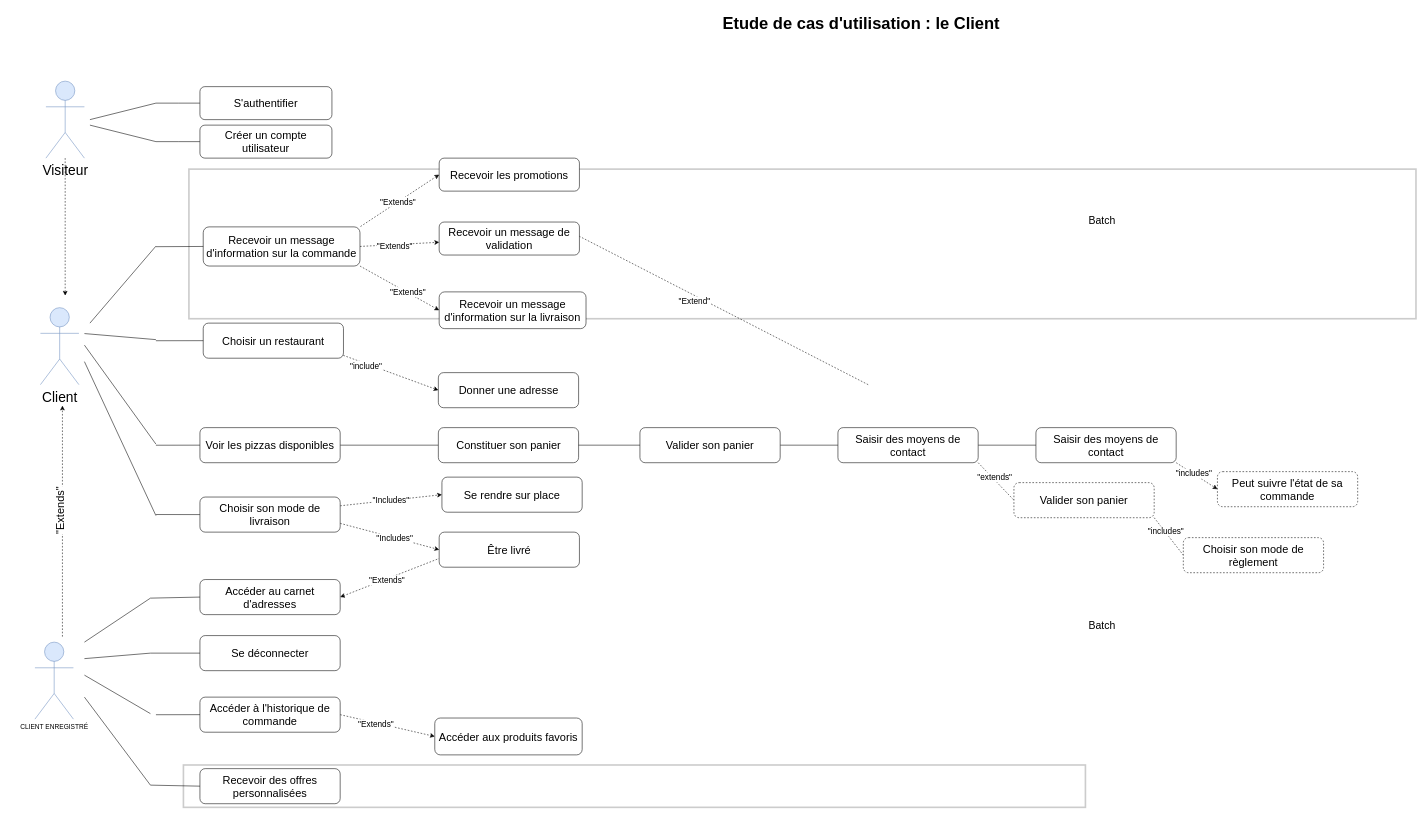
Earlier version of the draw.io diagram 1.drawio (OMorlotti/P4-analyser-les-besoin-de-mon-client-pour-son-groupe-de-pizzerias). Source tidied: cells renumbered, new cells numbered last; positions are measured from the earlier drawing's top-left corner, leaving out a move shared by most shapes. Both pictures are drawn from the tidied source at 55%, with x=0, y=0 at pixel (35, 9).
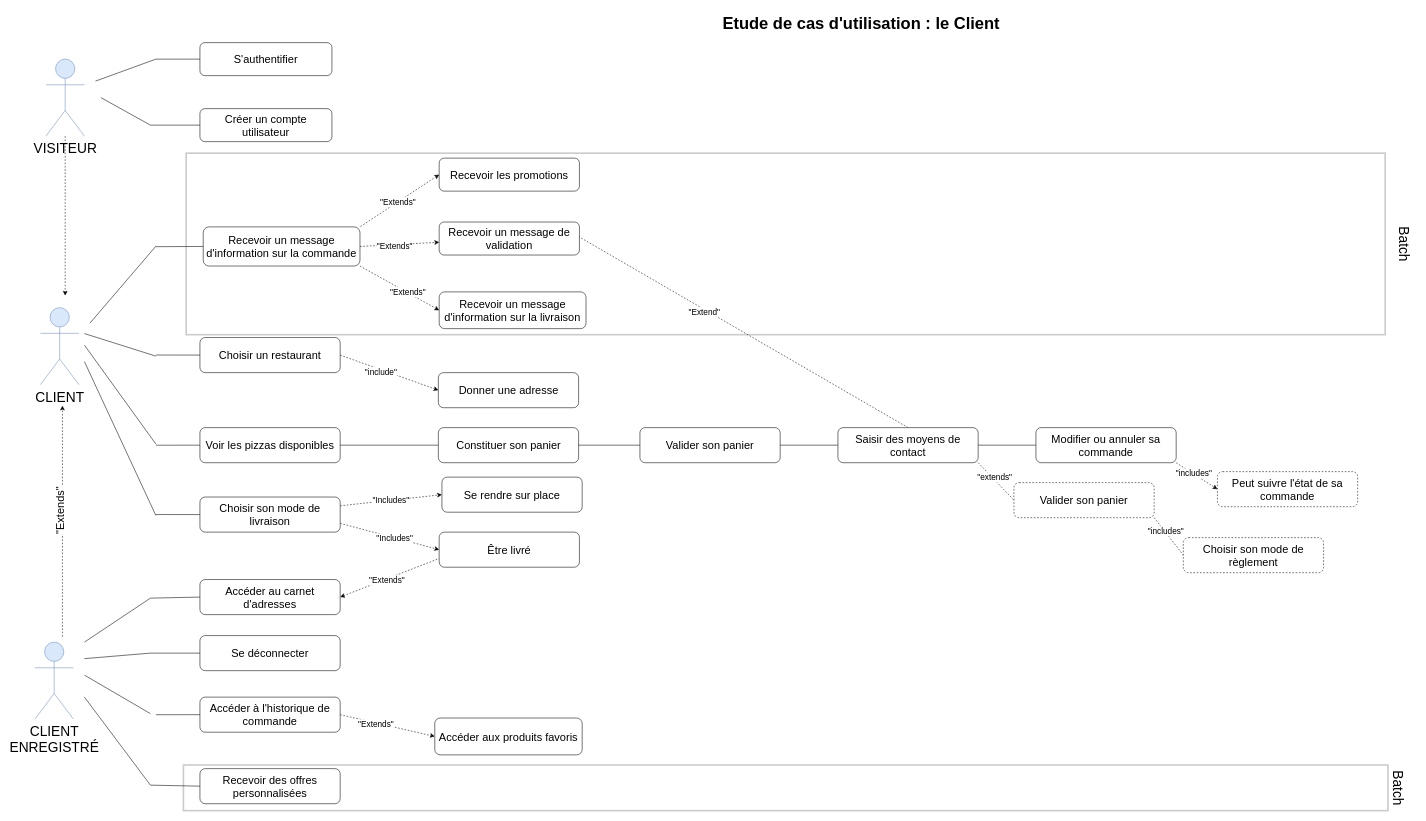
The same diagram, later.

Unchanged cells that the change refers to:
```xml
<mxCell id="52" value="&lt;span style=&quot;font-size: 20px&quot;&gt;Donner une adresse&lt;/span&gt;" style="rounded=1;whiteSpace=wrap;html=1;" parent="1" vertex="1">
  <mxGeometry x="733.5" y="660" width="255" height="63.8" as="geometry" />
</mxCell>
<mxCell id="58" value="&lt;span style=&quot;font-size: 20px&quot;&gt;Saisir des moyens de contact&lt;/span&gt;" style="rounded=1;whiteSpace=wrap;html=1;" parent="1" vertex="1">
  <mxGeometry x="1460" y="760" width="255" height="63.8" as="geometry" />
</mxCell>
```

What changed in the source:
```diff
@@
     <mxCell id="2" style="rounded=0;whiteSpace=wrap;html=1;opacity=20;strokeWidth=3;perimeterSpacing=0;" parent="1" vertex="1">
-      <mxGeometry x="270" y="1373.4" width="1640" height="77" as="geometry" />
+      <mxGeometry x="270" y="1373.4" width="2190" height="83" as="geometry" />
     </mxCell>
     <mxCell id="3" style="rounded=0;whiteSpace=wrap;html=1;opacity=20;strokeWidth=3;perimeterSpacing=0;" parent="1" vertex="1">
-      <mxGeometry x="280" y="290" width="2231" height="272" as="geometry" />
+      <mxGeometry x="275" y="261" width="2180" height="330" as="geometry" />
     </mxCell>
-    <mxCell id="4" value="CLIENT ENREGISTRÉ" style="shape=umlActor;verticalLabelPosition=bottom;labelBackgroundColor=#ffffff;verticalAlign=top;html=1;fillColor=#dae8fc;strokeColor=#6c8ebf;" parent="1" vertex="1">
+    <mxCell id="4" value="&lt;font style=&quot;font-size: 25px&quot;&gt;CLIENT&lt;br&gt;ENREGISTRÉ&lt;br&gt;&lt;/font&gt;" style="shape=umlActor;verticalLabelPosition=bottom;labelBackgroundColor=#ffffff;verticalAlign=top;html=1;fillColor=#dae8fc;strokeColor=#6c8ebf;" parent="1" vertex="1">
       <mxGeometry y="1150" width="70" height="140" as="geometry" />
     </mxCell>
@@
-    <mxCell id="6" value="&lt;font style=&quot;font-size: 19px&quot;&gt;Batch&lt;/font&gt;" style="text;html=1;align=center;verticalAlign=middle;" parent="1" vertex="1">
-      <mxGeometry x="1910" y="375" width="60" height="20" as="geometry" />
+    <mxCell id="6" value="&lt;font style=&quot;font-size: 25px&quot;&gt;Batch&lt;/font&gt;" style="text;html=1;align=center;verticalAlign=middle;rotation=90;" parent="1" vertex="1">
+      <mxGeometry x="2450" y="416" width="80" height="20" as="geometry" />
     </mxCell>
@@
-    <mxCell id="13" value="&lt;font style=&quot;font-size: 25px&quot;&gt;Client&lt;/font&gt;" style="shape=umlActor;verticalLabelPosition=bottom;labelBackgroundColor=#ffffff;verticalAlign=top;html=1;fillColor=#dae8fc;strokeColor=#6c8ebf;" parent="1" vertex="1">
+    <mxCell id="13" value="&lt;font style=&quot;font-size: 25px&quot;&gt;CLIENT&lt;/font&gt;" style="shape=umlActor;verticalLabelPosition=bottom;labelBackgroundColor=#ffffff;verticalAlign=top;html=1;fillColor=#dae8fc;strokeColor=#6c8ebf;" parent="1" vertex="1">
       <mxGeometry x="10" y="541.9" width="70" height="140" as="geometry" />
     </mxCell>
@@
-    <mxCell id="16" style="endArrow=classic;html=1;entryX=0;entryY=0.5;entryDx=0;entryDy=0;exitX=1;exitY=0.5;exitDx=0;exitDy=0;dashed=1;" parent="1" edge="1" target="52">
-      <mxGeometry relative="1" as="geometry">
-        <mxPoint x="510" y="610" as="sourcePoint" />
-      </mxGeometry>
+    <mxCell id="16" style="endArrow=classic;html=1;entryX=0;entryY=0.5;entryDx=0;entryDy=0;exitX=1;exitY=0.5;exitDx=0;exitDy=0;dashed=1;" parent="1" edge="1" source="53" target="52">
+      <mxGeometry relative="1" as="geometry" />
     </mxCell>
@@
-    <mxCell id="18" value="&lt;font style=&quot;font-size: 25px&quot;&gt;Visiteur&lt;/font&gt;" style="shape=umlActor;verticalLabelPosition=bottom;labelBackgroundColor=#ffffff;verticalAlign=top;html=1;outlineConnect=0;fillColor=#dae8fc;strokeColor=#6c8ebf;" parent="1" vertex="1">
-      <mxGeometry x="20" y="130" width="70" height="140" as="geometry" />
+    <mxCell id="18" value="&lt;span style=&quot;font-size: 25px&quot;&gt;VISITEUR&lt;/span&gt;" style="shape=umlActor;verticalLabelPosition=bottom;labelBackgroundColor=#ffffff;verticalAlign=top;html=1;outlineConnect=0;fillColor=#dae8fc;strokeColor=#6c8ebf;" parent="1" vertex="1">
+      <mxGeometry x="20" y="90" width="70" height="140" as="geometry" />
     </mxCell>
@@
     <mxCell id="20" style="endArrow=none;html=1;" parent="1" edge="1">
       <mxGeometry relative="1" as="geometry">
-        <mxPoint x="100" y="200" as="sourcePoint" />
-        <mxPoint x="220" y="170" as="targetPoint" />
+        <mxPoint x="110" y="130" as="sourcePoint" />
+        <mxPoint x="220" y="90" as="targetPoint" />
       </mxGeometry>
     </mxCell>
     <mxCell id="21" style="endArrow=none;html=1;" parent="1" edge="1">
       <mxGeometry relative="1" as="geometry">
-        <mxPoint x="100" y="210" as="sourcePoint" />
-        <mxPoint x="220" y="240" as="targetPoint" />
+        <mxPoint x="120" y="160" as="sourcePoint" />
+        <mxPoint x="210" y="210" as="targetPoint" />
       </mxGeometry>
     </mxCell>
@@
-    <mxCell id="37" style="endArrow=classic;dashed=1;html=1;entryX=1;entryY=0.5;entryDx=0;entryDy=0;exitX=0.5;exitY=0;exitDx=0;exitDy=0;endFill=1;" parent="1" edge="1">
+    <mxCell id="37" style="endArrow=classic;dashed=1;html=1;entryX=1;entryY=0.5;entryDx=0;entryDy=0;endFill=1;exitX=0.5;exitY=0;exitDx=0;exitDy=0;" parent="1" edge="1" source="58">
       <mxGeometry relative="1" as="geometry">
-        <mxPoint x="1515" y="681.9" as="sourcePoint" />
         <mxPoint x="970" y="401.9" as="targetPoint" />
       </mxGeometry>
     </mxCell>
@@
-    <mxCell id="42" value="&lt;font style=&quot;font-size: 19px&quot;&gt;Batch&lt;/font&gt;" style="text;html=1;align=center;verticalAlign=middle;" parent="1" vertex="1">
-      <mxGeometry x="1910" y="1110" width="60" height="20" as="geometry" />
-    </mxCell>
     <mxCell id="43" style="edgeStyle=orthogonalEdgeStyle;rounded=0;jettySize=auto;html=1;endArrow=none;endFill=0;fontSize=15;" parent="1" edge="1" source="44">
       <mxGeometry relative="1" as="geometry">
-        <mxPoint x="220" y="170" as="targetPoint" />
+        <mxPoint x="220" y="90" as="targetPoint" />
+        <Array as="points">
+          <mxPoint x="260" y="90" />
+          <mxPoint x="260" y="90" />
+        </Array>
       </mxGeometry>
     </mxCell>
     <mxCell id="44" value="&lt;font style=&quot;font-size: 20px&quot;&gt;S'authentifier&lt;/font&gt;" style="rounded=1;whiteSpace=wrap;html=1;" parent="1" vertex="1">
-      <mxGeometry x="300" y="140" width="240" height="60" as="geometry" />
+      <mxGeometry x="300" y="60" width="240" height="60" as="geometry" />
     </mxCell>
-    <mxCell id="45" style="edgeStyle=orthogonalEdgeStyle;rounded=0;jettySize=auto;html=1;fontSize=15;endArrow=none;endFill=0;" parent="1" edge="1" source="46">
-      <mxGeometry relative="1" as="geometry">
-        <mxPoint x="220" y="240" as="targetPoint" />
-      </mxGeometry>
-    </mxCell>
+    <mxCell id="84" style="edgeStyle=orthogonalEdgeStyle;rounded=0;jettySize=auto;html=1;endArrow=none;endFill=0;fontSize=15;" parent="1" edge="1" source="46">
+      <mxGeometry relative="1" as="geometry">
+        <mxPoint x="210" y="210" as="targetPoint" />
+      </mxGeometry>
+    </mxCell>
     <mxCell id="46" value="&lt;font style=&quot;font-size: 20px&quot;&gt;Créer un compte utilisateur&lt;/font&gt;" style="rounded=1;whiteSpace=wrap;html=1;" parent="1" vertex="1">
-      <mxGeometry x="300" y="210" width="240" height="60" as="geometry" />
+      <mxGeometry x="300" y="180" width="240" height="60" as="geometry" />
     </mxCell>
@@
     <mxCell id="53" value="&lt;span style=&quot;font-size: 20px&quot;&gt;Choisir un restaurant&lt;/span&gt;" style="rounded=1;whiteSpace=wrap;html=1;" parent="1" vertex="1">
-      <mxGeometry x="306" y="570" width="255" height="63.8" as="geometry" />
+      <mxGeometry x="300" y="596.2" width="255" height="63.8" as="geometry" />
     </mxCell>
@@
-    <mxCell id="60" value="&lt;span style=&quot;font-size: 20px&quot;&gt;Saisir des moyens de contact&lt;/span&gt;" style="rounded=1;whiteSpace=wrap;html=1;" parent="1" vertex="1">
+    <mxCell id="60" value="&lt;span style=&quot;font-size: 20px&quot;&gt;Modifier ou annuler sa commande&lt;/span&gt;" style="rounded=1;whiteSpace=wrap;html=1;" parent="1" vertex="1">
       <mxGeometry x="1820" y="760" width="255" height="63.8" as="geometry" />
     </mxCell>
@@
     <mxCell id="71" style="endArrow=none;html=1;fontSize=15;" parent="1" edge="1">
       <mxGeometry relative="1" as="geometry">
-        <mxPoint x="220" y="600" as="sourcePoint" />
+        <mxPoint x="220" y="630" as="sourcePoint" />
         <mxPoint x="90" y="589" as="targetPoint" />
       </mxGeometry>
     </mxCell>
@@
     <mxCell id="75" style="endArrow=none;html=1;fontSize=15;entryX=0;entryY=0.5;entryDx=0;entryDy=0;" parent="1" edge="1" target="53">
       <mxGeometry relative="1" as="geometry">
-        <mxPoint x="220" y="602" as="sourcePoint" />
+        <mxPoint x="220" y="628" as="sourcePoint" />
       </mxGeometry>
     </mxCell>
@@
+    <mxCell id="42" value="&lt;font style=&quot;font-size: 25px&quot;&gt;Batch&lt;/font&gt;" style="text;html=1;align=center;verticalAlign=middle;rotation=90;" parent="1" vertex="1">
+      <mxGeometry x="2440" y="1404.9" width="80" height="20" as="geometry" />
+    </mxCell>
```
